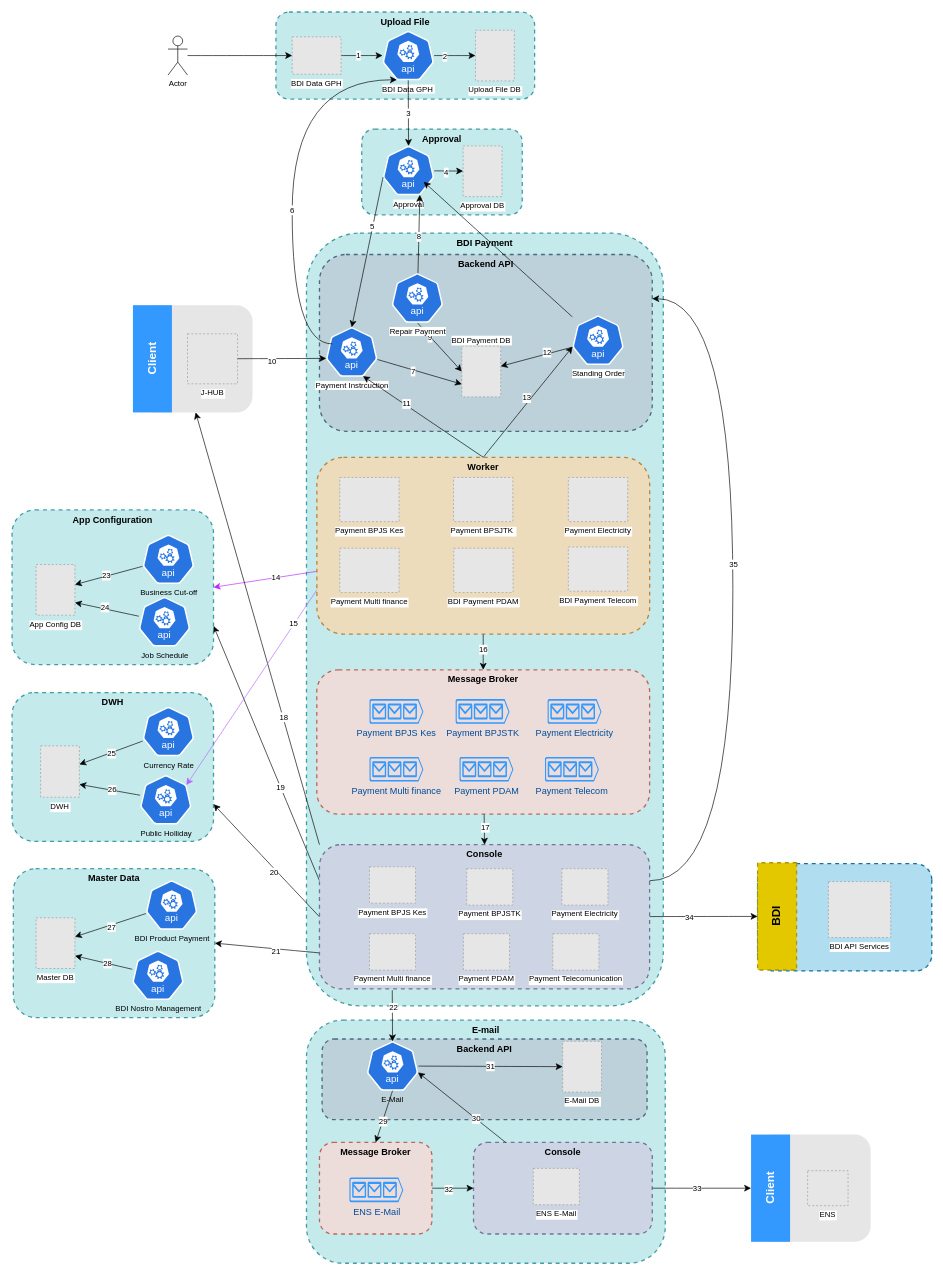
Earlier version of the draw.io diagram page "BDI Payment" (2 of 2) of K2 Analize New.drawio (andri191022/depTemp). Source tidied: cells renumbered, new cells numbered last; positions are measured from the earlier drawing's top-left corner, leaving out a move shared by most shapes. Both pictures are drawn from the tidied source at 65%, with x=0, y=0 at pixel (12, 12). Pictures stored in the file or linked from it are replaced by grey dashed boxes.
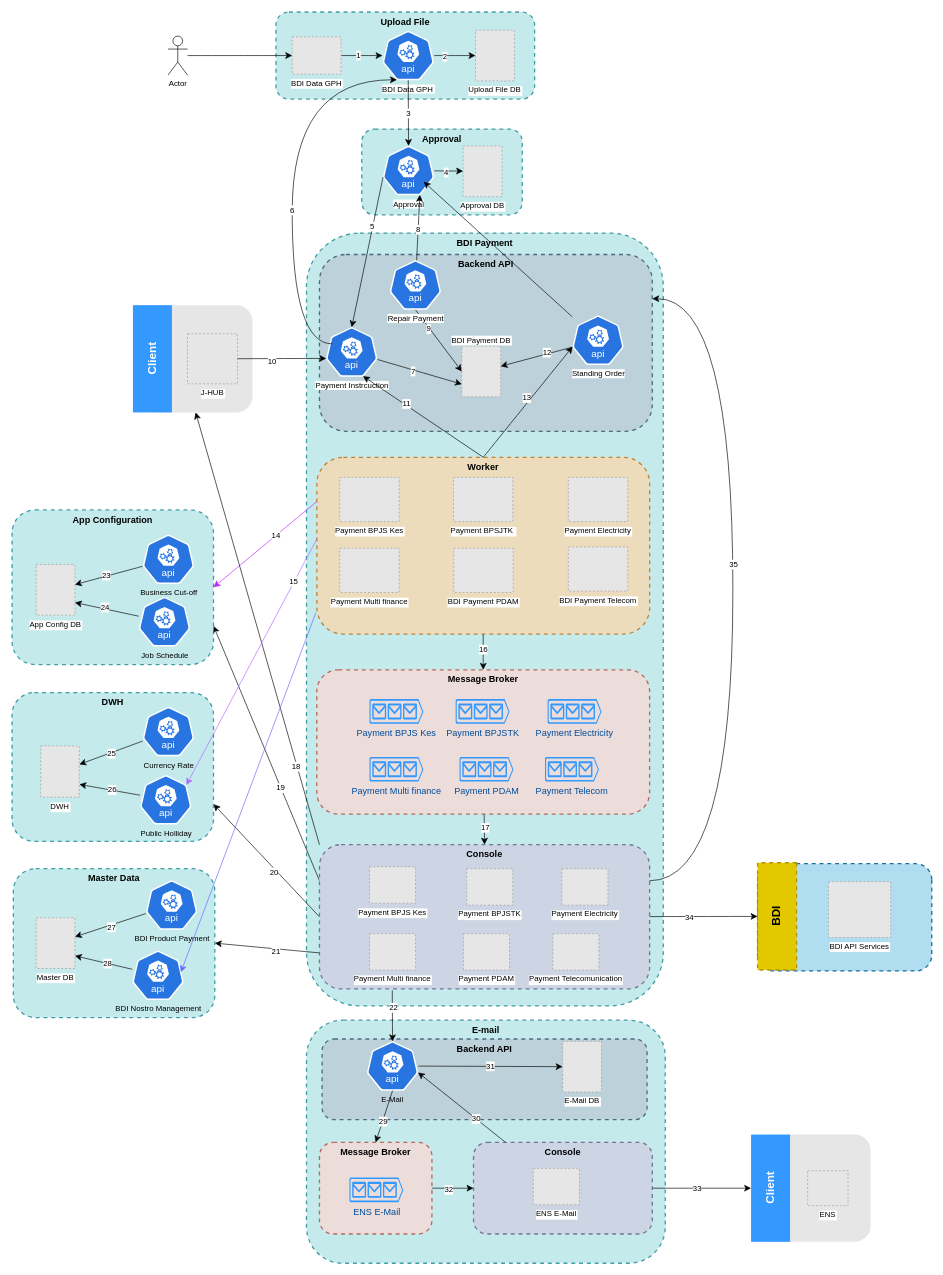
The same page after the edit.

The change refers to these unchanged cells:
```xml
<mxCell id="10" value="Worker" style="rounded=1;whiteSpace=wrap;html=1;dashed=1;strokeColor=#b46504;strokeWidth=2;fillColor=#fad7ac;fontFamily=Helvetica;fontSize=14;opacity=75;verticalAlign=top;fontStyle=1;" parent="1" vertex="1">
  <mxGeometry x="469" y="685" width="512" height="272" as="geometry" />
</mxCell>
<mxCell id="73" style="edgeStyle=none;curved=1;rounded=0;jettySize=auto;html=1;entryX=1;entryY=0.5;entryDx=0;entryDy=0;fontSize=12;startSize=8;endSize=8;exitX=0;exitY=0;exitDx=0;exitDy=0;" parent="1" edge="1" source="81" target="39">
  <mxGeometry relative="1" as="geometry" />
</mxCell>
<mxCell id="112" value="App Configuration" style="rounded=1;whiteSpace=wrap;html=1;dashed=1;strokeColor=#0e8088;strokeWidth=2;fillColor=#b0e3e6;fontFamily=Helvetica;fontSize=14;opacity=75;verticalAlign=top;fontStyle=1;" parent="1" vertex="1">
  <mxGeometry y="766" width="310" height="238" as="geometry" />
</mxCell>
<mxCell id="123" value="Public Holliday" style="sketch=0;html=1;dashed=0;whitespace=wrap;verticalLabelPosition=bottom;verticalAlign=top;fillColor=#2875E2;strokeColor=#ffffff;points=[[0.005,0.63,0],[0.1,0.2,0],[0.9,0.2,0],[0.5,0,0],[0.995,0.63,0],[0.72,0.99,0],[0.5,1,0],[0.28,0.99,0]];shape=mxgraph.kubernetes.icon2;kubernetesLabel=1;prIcon=api;" parent="1" vertex="1">
  <mxGeometry x="197" y="1174" width="79.2" height="76" as="geometry" />
</mxCell>
<mxCell id="135" value="BDI Nostro Management" style="sketch=0;html=1;dashed=0;whitespace=wrap;verticalLabelPosition=bottom;verticalAlign=top;fillColor=#2875E2;strokeColor=#ffffff;points=[[0.005,0.63,0],[0.1,0.2,0],[0.9,0.2,0],[0.5,0,0],[0.995,0.63,0],[0.72,0.99,0],[0.5,1,0],[0.28,0.99,0]];shape=mxgraph.kubernetes.icon2;kubernetesLabel=1;prIcon=api;" parent="1" vertex="1">
  <mxGeometry x="185" y="1444" width="79.2" height="76" as="geometry" />
</mxCell>
```

What changed in the source:
```diff
@@
-    <mxCell id="8" style="edgeStyle=none;curved=1;rounded=0;jettySize=auto;html=1;entryX=1;entryY=0.5;entryDx=0;entryDy=0;fontSize=12;startSize=8;endSize=8;strokeColor=#BD24FF;" parent="1" edge="1" source="10" target="112">
+    <mxCell id="8" style="edgeStyle=none;curved=1;rounded=0;jettySize=auto;html=1;entryX=1;entryY=0.5;entryDx=0;entryDy=0;fontSize=12;startSize=8;endSize=8;strokeColor=#BD24FF;exitX=0;exitY=0.25;exitDx=0;exitDy=0;" parent="1" edge="1" source="10" target="112">
       <mxGeometry relative="1" as="geometry" />
     </mxCell>
@@
     <mxCell id="28" value="Repair Payment" style="sketch=0;html=1;dashed=0;whitespace=wrap;verticalLabelPosition=bottom;verticalAlign=top;fillColor=#2875E2;strokeColor=#ffffff;points=[[0.005,0.63,0],[0.1,0.2,0],[0.9,0.2,0],[0.5,0,0],[0.995,0.63,0],[0.72,0.99,0],[0.5,1,0],[0.28,0.99,0]];shape=mxgraph.kubernetes.icon2;kubernetesLabel=1;prIcon=api;labelBackgroundColor=default;" parent="1" vertex="1">
-      <mxGeometry x="584" y="402" width="79.2" height="76" as="geometry" />
+      <mxGeometry x="581" y="382" width="79.2" height="76" as="geometry" />
     </mxCell>
@@
     <mxCell id="74" value="18" style="edgeLabel;html=1;align=center;verticalAlign=middle;fontSize=12;" parent="73" vertex="1">
-      <mxGeometry x="-0.41" y="-1" relative="1" as="geometry" />
+      <mxGeometry x="-0.41" y="-1" relative="1" as="geometry">
+        <mxPoint x="19" y="76" as="offset" />
+      </mxGeometry>
     </mxCell>
@@
-    <mxCell id="136" style="edgeStyle=none;curved=1;rounded=0;jettySize=auto;html=1;entryX=0.9;entryY=0.2;entryDx=0;entryDy=0;fontSize=12;startSize=8;endSize=8;strokeColor=#B266FF;exitX=0;exitY=0.75;exitDx=0;exitDy=0;entryPerimeter=0;" parent="1" edge="1" source="10" target="123">
+    <mxCell id="136" style="edgeStyle=none;curved=1;rounded=0;jettySize=auto;html=1;entryX=0.9;entryY=0.2;entryDx=0;entryDy=0;fontSize=12;startSize=8;endSize=8;strokeColor=#B266FF;exitX=0;exitY=0.461;exitDx=0;exitDy=0;entryPerimeter=0;exitPerimeter=0;" parent="1" edge="1" source="10" target="123">
       <mxGeometry relative="1" as="geometry" />
     </mxCell>
@@
+    <mxCell id="141" style="edgeStyle=none;curved=1;rounded=0;jettySize=auto;html=1;entryX=0.944;entryY=0.436;entryDx=0;entryDy=0;entryPerimeter=0;fontSize=12;startSize=8;endSize=8;exitX=-0.003;exitY=0.879;exitDx=0;exitDy=0;exitPerimeter=0;strokeColor=#6666FF;" parent="1" edge="1" source="10" target="135">
+      <mxGeometry relative="1" as="geometry" />
+    </mxCell>
```
